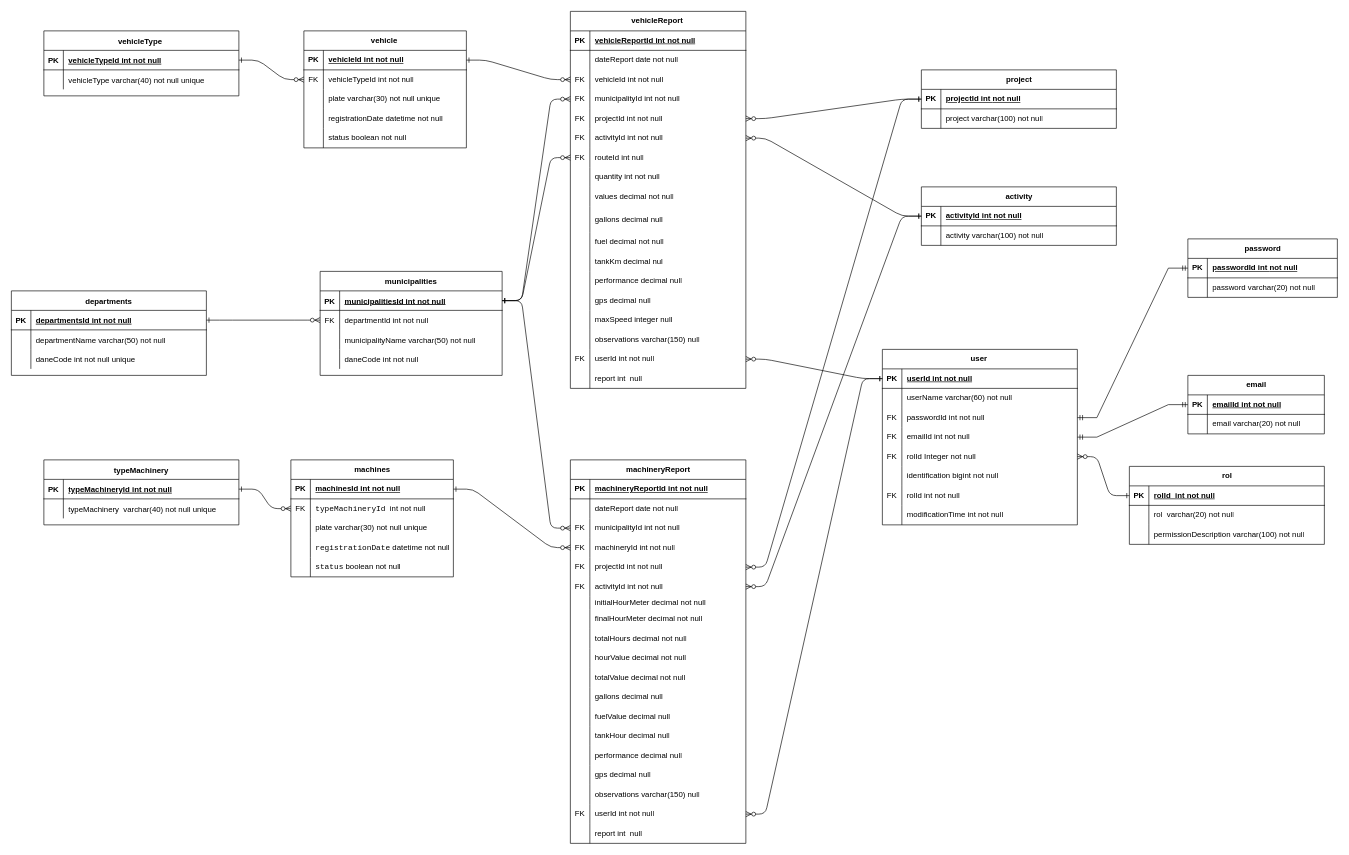
The draw.io diagram MER/gestionMaquinaria&Vehiculos.drawio in MasacradorM/Gestion-de-Maquinaria-y-Vehiculos, before the edit. Source tidied: cells renumbered, new cells numbered last; positions are measured from the earlier drawing's top-left corner, leaving out a move shared by most shapes. Both pictures are drawn from the tidied source at 65%, with x=0, y=0 at pixel (11, 11).
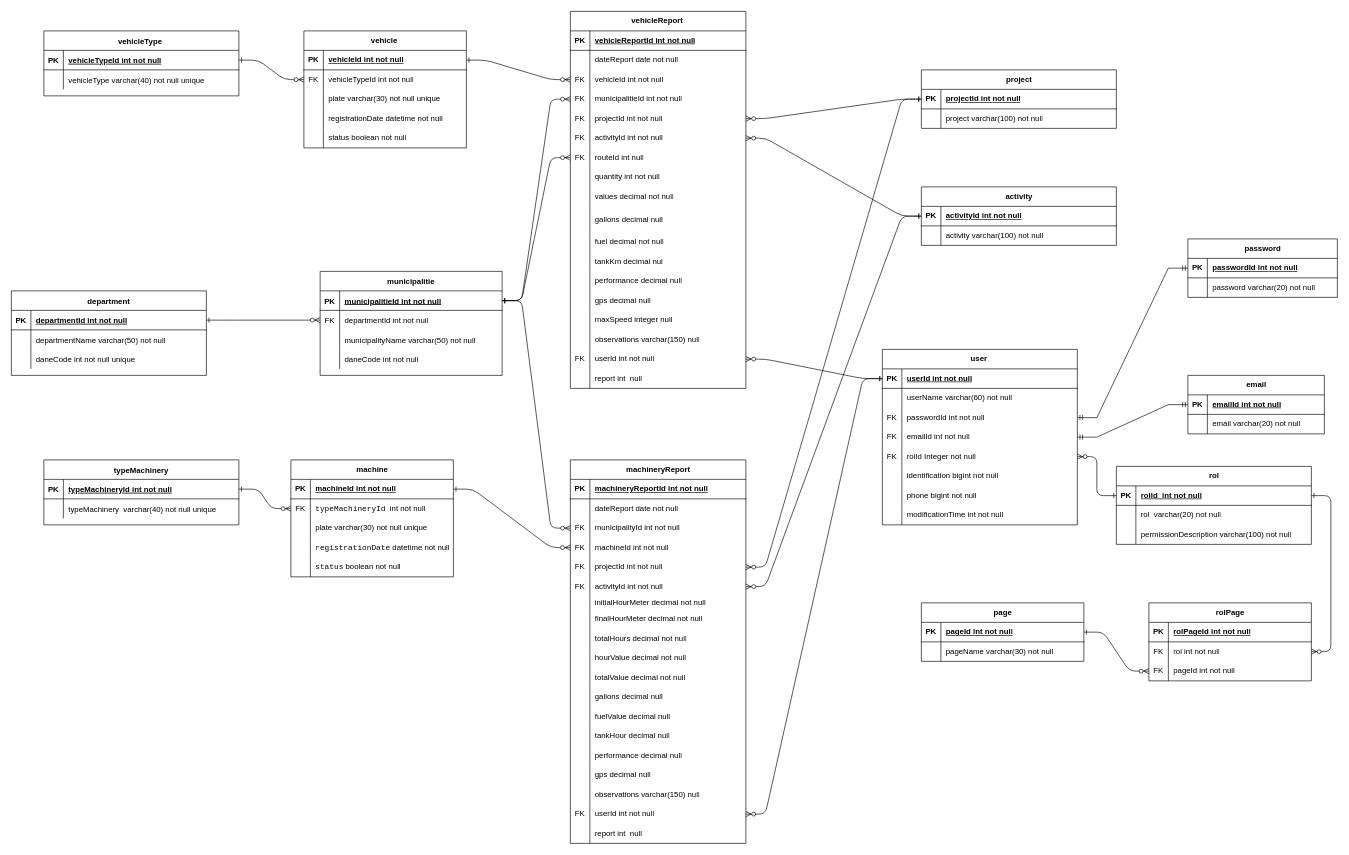
The same diagram, later.

The change refers to these unchanged cells:
```xml
<mxCell id="5" style="shape=partialRectangle;fillColor=none;points=[[0,0.5],[1,0.5]];portConstraint=eastwest;top=0;left=0;right=0;bottom=1;" parent="4" vertex="1">
  <mxGeometry y="30" width="280" height="30" as="geometry" />
</mxCell>
<mxCell id="25" style="shape=partialRectangle;fillColor=none;points=[[0,0.5],[1,0.5]];portConstraint=eastwest;top=0;left=0;right=0;bottom=1;" parent="24" vertex="1">
  <mxGeometry y="30" width="300" height="30" as="geometry" />
</mxCell>
<mxCell id="35" style="shape=tableRow;horizontal=0;startSize=0;swimlaneHead=0;swimlaneBody=0;fillColor=none;points=[[0,0.5],[1,0.5]];portConstraint=eastwest;top=0;left=0;right=0;bottom=1;" parent="34" vertex="1">
  <mxGeometry y="30" width="250" height="30" as="geometry" />
</mxCell>
<mxCell id="60" style="shape=tableRow;horizontal=0;startSize=0;swimlaneHead=0;swimlaneBody=0;fillColor=none;points=[[0,0.5],[1,0.5]];portConstraint=eastwest;top=0;left=0;right=0;bottom=0;" parent="50" vertex="1">
  <mxGeometry y="120" width="270" height="30" as="geometry" />
</mxCell>
<mxCell id="119" style="shape=tableRow;horizontal=0;startSize=0;swimlaneHead=0;swimlaneBody=0;fillColor=none;points=[[0,0.5],[1,0.5]];portConstraint=eastwest;top=0;left=0;right=0;bottom=0;" parent="109" vertex="1">
  <mxGeometry y="120" width="270" height="30" as="geometry" />
</mxCell>
<mxCell id="208" style="shape=tableRow;horizontal=0;startSize=0;swimlaneHead=0;swimlaneBody=0;fillColor=none;top=0;left=0;right=0;bottom=0;" parent="189" vertex="1">
  <mxGeometry y="210" width="300" height="30" as="geometry" />
</mxCell>
<mxCell id="231" style="shape=tableRow;horizontal=0;startSize=0;swimlaneHead=0;swimlaneBody=0;fillColor=none;points=[[0,0.5],[1,0.5]];portConstraint=eastwest;top=0;left=0;right=0;bottom=1;" parent="230" vertex="1">
  <mxGeometry y="30" width="300" height="30" as="geometry" />
</mxCell>
```

The edit, as a diff of the source:
```diff
@@
-    <mxCell id="4" value="municipalities" style="shape=table;startSize=30;childLayout=tableLayout;rowLines=0;fontStyle=1;align=center;" parent="1" vertex="1">
+    <mxCell id="4" value="municipalitie" style="shape=table;startSize=30;childLayout=tableLayout;rowLines=0;fontStyle=1;align=center;" parent="1" vertex="1">
       <mxGeometry x="475" y="400" width="280" height="160" as="geometry" />
     </mxCell>
@@
-    <mxCell id="7" value="municipalitiesId int not null" style="shape=partialRectangle;overflow=hidden;fillColor=none;top=0;left=0;bottom=0;right=0;align=left;spacingLeft=6;fontStyle=5;" parent="5" vertex="1">
+    <mxCell id="7" value="municipalitieId int not null" style="shape=partialRectangle;overflow=hidden;fillColor=none;top=0;left=0;bottom=0;right=0;align=left;spacingLeft=6;fontStyle=5;" parent="5" vertex="1">
       <mxGeometry x="30" width="250" height="30" as="geometry" />
     </mxCell>
@@
-    <mxCell id="24" value="departments" style="shape=table;startSize=30;childLayout=tableLayout;rowLines=0;fontStyle=1;align=center;" parent="1" vertex="1">
+    <mxCell id="24" value="department" style="shape=table;startSize=30;childLayout=tableLayout;rowLines=0;fontStyle=1;align=center;" parent="1" vertex="1">
       <mxGeometry y="430" width="300" height="130" as="geometry" />
     </mxCell>
@@
-    <mxCell id="27" value="departmentsId int not null" style="shape=partialRectangle;overflow=hidden;fillColor=none;top=0;left=0;bottom=0;right=0;align=left;spacingLeft=6;fontStyle=5;" parent="25" vertex="1">
+    <mxCell id="27" value="departmentId int not null" style="shape=partialRectangle;overflow=hidden;fillColor=none;top=0;left=0;bottom=0;right=0;align=left;spacingLeft=6;fontStyle=5;" parent="25" vertex="1">
       <mxGeometry x="30" width="270" height="30" as="geometry" />
     </mxCell>
@@
-    <mxCell id="34" value="machines" style="shape=table;startSize=30;childLayout=tableLayout;rowLines=0;fontStyle=1;align=center;html=1;" parent="1" vertex="1">
+    <mxCell id="34" value="machine" style="shape=table;startSize=30;childLayout=tableLayout;rowLines=0;fontStyle=1;align=center;html=1;" parent="1" vertex="1">
       <mxGeometry x="430" y="690" width="250" height="180" as="geometry" />
     </mxCell>
@@
-    <mxCell id="37" value="machinesId int&amp;nbsp;&lt;span style=&quot;text-wrap-mode: nowrap;&quot;&gt;not null&lt;/span&gt;" style="shape=partialRectangle;fillColor=none;top=0;left=0;bottom=0;right=0;align=left;spacingLeft=6;fontStyle=5;overflow=hidden;whiteSpace=wrap;html=1;" parent="35" vertex="1">
+    <mxCell id="37" value="machineId int&amp;nbsp;&lt;span style=&quot;text-wrap-mode: nowrap;&quot;&gt;not null&lt;/span&gt;" style="shape=partialRectangle;fillColor=none;top=0;left=0;bottom=0;right=0;align=left;spacingLeft=6;fontStyle=5;overflow=hidden;whiteSpace=wrap;html=1;" parent="35" vertex="1">
       <mxGeometry x="30" width="220" height="30" as="geometry" />
     </mxCell>
@@
-    <mxCell id="62" value="&lt;span style=&quot;text-wrap-mode: nowrap;&quot;&gt;machineryId int&amp;nbsp;&lt;/span&gt;&lt;span style=&quot;text-wrap-mode: nowrap;&quot;&gt;not null&lt;/span&gt;" style="shape=partialRectangle;fillColor=none;top=0;left=0;bottom=0;right=0;align=left;spacingLeft=6;overflow=hidden;whiteSpace=wrap;html=1;" parent="60" vertex="1">
+    <mxCell id="62" value="&lt;span style=&quot;text-wrap-mode: nowrap;&quot;&gt;machineId int&amp;nbsp;&lt;/span&gt;&lt;span style=&quot;text-wrap-mode: nowrap;&quot;&gt;not null&lt;/span&gt;" style="shape=partialRectangle;fillColor=none;top=0;left=0;bottom=0;right=0;align=left;spacingLeft=6;overflow=hidden;whiteSpace=wrap;html=1;" parent="60" vertex="1">
       <mxGeometry x="30" width="240" height="30" as="geometry" />
     </mxCell>
@@
-    <mxCell id="121" value="&lt;span style=&quot;text-wrap-mode: nowrap;&quot;&gt;municipalityId&amp;nbsp;int&amp;nbsp;&lt;/span&gt;&lt;span style=&quot;text-wrap-mode: nowrap;&quot;&gt;not null&lt;/span&gt;" style="shape=partialRectangle;fillColor=none;top=0;left=0;bottom=0;right=0;align=left;spacingLeft=6;overflow=hidden;whiteSpace=wrap;html=1;" parent="119" vertex="1">
+    <mxCell id="121" value="&lt;span style=&quot;text-wrap-mode: nowrap;&quot;&gt;municipalitieId&amp;nbsp;int&amp;nbsp;&lt;/span&gt;&lt;span style=&quot;text-wrap-mode: nowrap;&quot;&gt;not null&lt;/span&gt;" style="shape=partialRectangle;fillColor=none;top=0;left=0;bottom=0;right=0;align=left;spacingLeft=6;overflow=hidden;whiteSpace=wrap;html=1;" parent="119" vertex="1">
       <mxGeometry x="30" width="240" height="30" as="geometry" />
     </mxCell>
@@
-    <mxCell id="209" value="FK" style="shape=partialRectangle;fillColor=none;top=0;left=0;bottom=0;right=0;overflow=hidden;whiteSpace=wrap;html=1;" parent="208" vertex="1">
+    <mxCell id="209" style="shape=partialRectangle;fillColor=none;top=0;left=0;bottom=0;right=0;overflow=hidden;whiteSpace=wrap;html=1;" parent="208" vertex="1">
       <mxGeometry width="30" height="30" as="geometry" />
     </mxCell>
-    <mxCell id="210" value="rolId int&amp;nbsp;&lt;span style=&quot;text-wrap-mode: nowrap;&quot;&gt;not null&lt;/span&gt;&lt;span style=&quot;white-space: pre;&quot;&gt;&#9;&lt;/span&gt;" style="shape=partialRectangle;fillColor=none;top=0;left=0;bottom=0;right=0;align=left;spacingLeft=6;overflow=hidden;whiteSpace=wrap;html=1;" parent="208" vertex="1">
+    <mxCell id="210" value="phone bigint&amp;nbsp;&lt;span style=&quot;text-wrap-mode: nowrap;&quot;&gt;not null&lt;/span&gt;&lt;span style=&quot;white-space: pre;&quot;&gt;&#9;&lt;/span&gt;" style="shape=partialRectangle;fillColor=none;top=0;left=0;bottom=0;right=0;align=left;spacingLeft=6;overflow=hidden;whiteSpace=wrap;html=1;" parent="208" vertex="1">
       <mxGeometry x="30" width="270" height="30" as="geometry" />
     </mxCell>
@@
     <mxCell id="230" value="rol" style="shape=table;startSize=30;childLayout=tableLayout;rowLines=0;fontStyle=1;align=center;html=1;" parent="1" vertex="1">
-      <mxGeometry x="1720" y="700" width="300" height="120" as="geometry" />
+      <mxGeometry x="1700" y="700" width="300" height="120" as="geometry" />
     </mxCell>
@@
+    <mxCell id="264" value="page" style="shape=table;startSize=30;childLayout=tableLayout;rowLines=0;fontStyle=1;align=center;html=1;" parent="1" vertex="1">
+      <mxGeometry x="1400" y="910" width="250" height="90" as="geometry" />
+    </mxCell>
+    <mxCell id="265" style="shape=tableRow;horizontal=0;startSize=0;swimlaneHead=0;swimlaneBody=0;fillColor=none;points=[[0,0.5],[1,0.5]];portConstraint=eastwest;top=0;left=0;right=0;bottom=1;" parent="264" vertex="1">
+      <mxGeometry y="30" width="250" height="30" as="geometry" />
+    </mxCell>
+    <mxCell id="266" value="PK" style="shape=partialRectangle;fillColor=none;top=0;left=0;bottom=0;right=0;fontStyle=1;overflow=hidden;whiteSpace=wrap;html=1;" parent="265" vertex="1">
+      <mxGeometry width="30" height="30" as="geometry" />
+    </mxCell>
+    <mxCell id="267" value="pageId int not null" style="shape=partialRectangle;fillColor=none;top=0;left=0;bottom=0;right=0;align=left;spacingLeft=6;fontStyle=5;overflow=hidden;whiteSpace=wrap;html=1;" parent="265" vertex="1">
+      <mxGeometry x="30" width="220" height="30" as="geometry" />
+    </mxCell>
+    <mxCell id="268" style="shape=tableRow;horizontal=0;startSize=0;swimlaneHead=0;swimlaneBody=0;fillColor=none;top=0;left=0;right=0;bottom=0;" parent="264" vertex="1">
+      <mxGeometry y="60" width="250" height="30" as="geometry" />
+    </mxCell>
+    <mxCell id="269" style="shape=partialRectangle;fillColor=none;top=0;left=0;bottom=0;right=0;overflow=hidden;whiteSpace=wrap;html=1;" parent="268" vertex="1">
+      <mxGeometry width="30" height="30" as="geometry" />
+    </mxCell>
+    <mxCell id="270" value="pageName varchar(30) not null" style="shape=partialRectangle;fillColor=none;top=0;left=0;bottom=0;right=0;align=left;spacingLeft=6;overflow=hidden;whiteSpace=wrap;html=1;" parent="268" vertex="1">
+      <mxGeometry x="30" width="220" height="30" as="geometry" />
+    </mxCell>
+    <mxCell id="271" value="rolPage" style="shape=table;startSize=30;childLayout=tableLayout;rowLines=0;fontStyle=1;align=center;html=1;" parent="1" vertex="1">
+      <mxGeometry x="1750" y="910" width="250" height="120" as="geometry" />
+    </mxCell>
+    <mxCell id="272" style="shape=tableRow;horizontal=0;startSize=0;swimlaneHead=0;swimlaneBody=0;fillColor=none;top=0;left=0;right=0;bottom=1;" parent="271" vertex="1">
+      <mxGeometry y="30" width="250" height="30" as="geometry" />
+    </mxCell>
+    <mxCell id="273" value="PK" style="shape=partialRectangle;fillColor=none;top=0;left=0;bottom=0;right=0;fontStyle=1;overflow=hidden;whiteSpace=wrap;html=1;" parent="272" vertex="1">
+      <mxGeometry width="30" height="30" as="geometry" />
+    </mxCell>
+    <mxCell id="274" value="rolPageId int not null" style="shape=partialRectangle;fillColor=none;top=0;left=0;bottom=0;right=0;align=left;spacingLeft=6;fontStyle=5;overflow=hidden;whiteSpace=wrap;html=1;" parent="272" vertex="1">
+      <mxGeometry x="30" width="220" height="30" as="geometry" />
+    </mxCell>
+    <mxCell id="275" style="shape=tableRow;horizontal=0;startSize=0;swimlaneHead=0;swimlaneBody=0;fillColor=none;points=[[0,0.5],[1,0.5]];portConstraint=eastwest;top=0;left=0;right=0;bottom=0;" parent="271" vertex="1">
+      <mxGeometry y="60" width="250" height="30" as="geometry" />
+    </mxCell>
+    <mxCell id="276" value="FK" style="shape=partialRectangle;fillColor=none;top=0;left=0;bottom=0;right=0;overflow=hidden;whiteSpace=wrap;html=1;" parent="275" vertex="1">
+      <mxGeometry width="30" height="30" as="geometry" />
+    </mxCell>
+    <mxCell id="277" value="rol int not null" style="shape=partialRectangle;fillColor=none;top=0;left=0;bottom=0;right=0;align=left;spacingLeft=6;overflow=hidden;whiteSpace=wrap;html=1;" parent="275" vertex="1">
+      <mxGeometry x="30" width="220" height="30" as="geometry" />
+    </mxCell>
+    <mxCell id="278" style="shape=tableRow;horizontal=0;startSize=0;swimlaneHead=0;swimlaneBody=0;fillColor=none;points=[[0,0.5],[1,0.5]];portConstraint=eastwest;top=0;left=0;right=0;bottom=0;" parent="271" vertex="1">
+      <mxGeometry y="90" width="250" height="30" as="geometry" />
+    </mxCell>
+    <mxCell id="279" value="FK" style="shape=partialRectangle;fillColor=none;top=0;left=0;bottom=0;right=0;overflow=hidden;whiteSpace=wrap;html=1;" parent="278" vertex="1">
+      <mxGeometry width="30" height="30" as="geometry" />
+    </mxCell>
+    <mxCell id="280" value="pageId int not null" style="shape=partialRectangle;fillColor=none;top=0;left=0;bottom=0;right=0;align=left;spacingLeft=6;overflow=hidden;whiteSpace=wrap;html=1;" parent="278" vertex="1">
+      <mxGeometry x="30" width="220" height="30" as="geometry" />
+    </mxCell>
+    <mxCell id="281" style="edgeStyle=entityRelationEdgeStyle;endArrow=ERzeroToMany;startArrow=ERone;endFill=1;startFill=0;" parent="1" edge="1" source="265" target="278">
+      <mxGeometry relative="1" as="geometry">
+        <Array as="points">
+          <mxPoint x="1690" y="1520" />
+          <mxPoint x="1910" y="1400" />
+          <mxPoint x="1660" y="1540" />
+        </Array>
+      </mxGeometry>
+    </mxCell>
+    <mxCell id="282" style="edgeStyle=entityRelationEdgeStyle;endArrow=ERzeroToMany;startArrow=ERone;endFill=1;startFill=0;" parent="1" edge="1" source="231" target="275">
+      <mxGeometry relative="1" as="geometry">
+        <Array as="points">
+          <mxPoint x="2130" y="1320" />
+          <mxPoint x="2350" y="1200" />
+          <mxPoint x="2100" y="1340" />
+        </Array>
+      </mxGeometry>
+    </mxCell>
```
